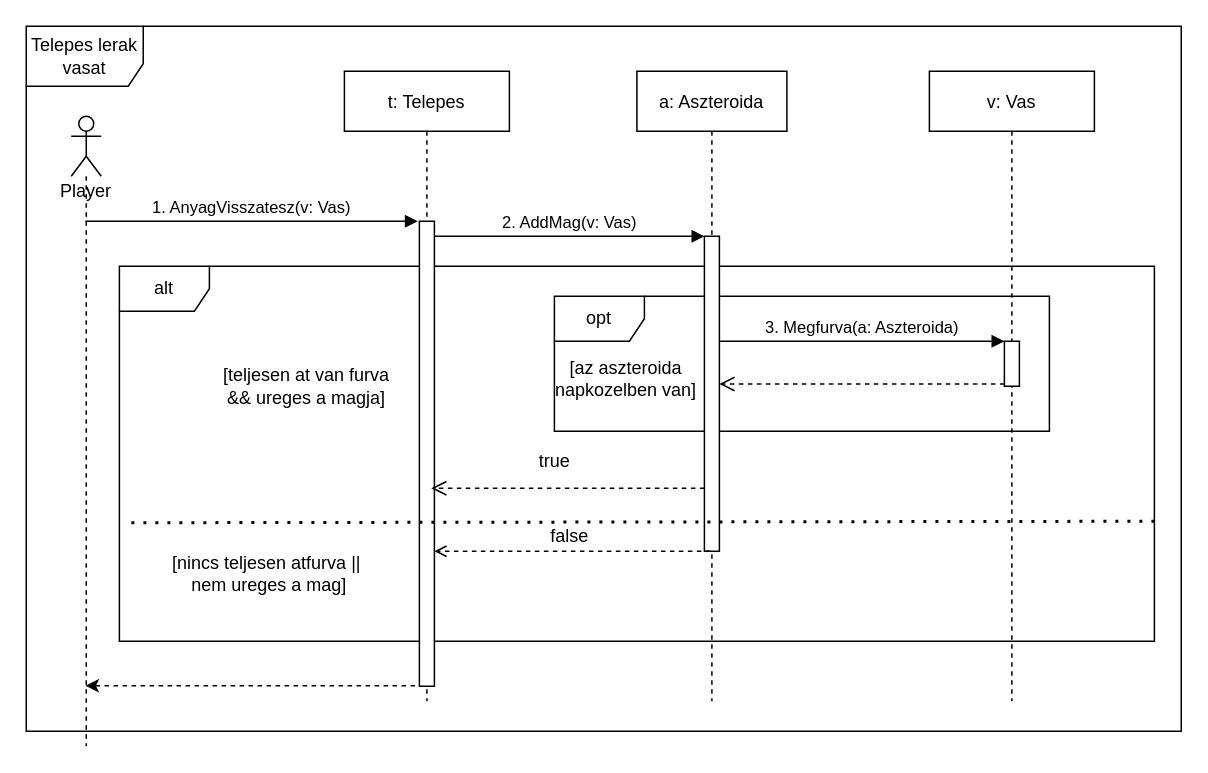
This is doc/szekvencia/szek_VasLerak.drawio from torpeBoiGo/aszteroidabanyaszat, a draw.io file, before an edit. Source tidied: cells renumbered, new cells numbered last; positions are measured from the earlier drawing's top-left corner, leaving out a move shared by most shapes. Both pictures are drawn from the tidied source at 150%, with x=0, y=0 at pixel (26, 26).
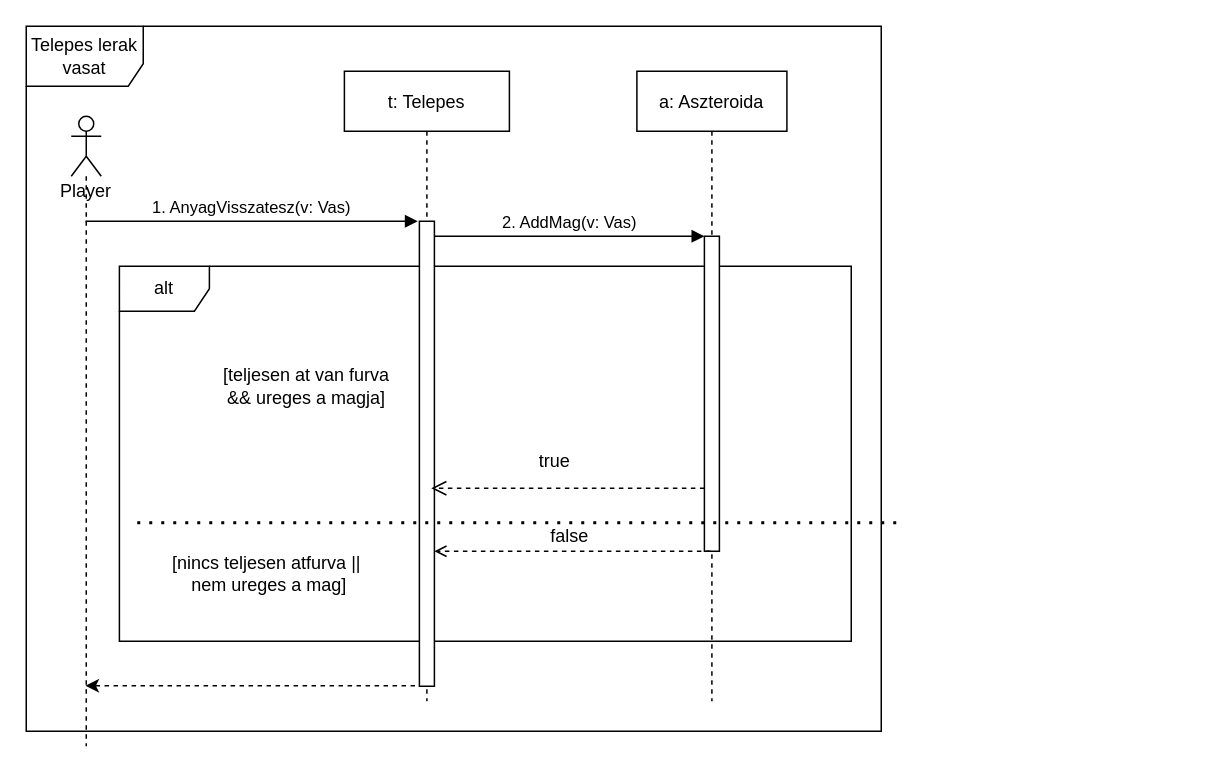
The same diagram, later.

Commit message:
nincs megfurva

Change to the diagram source:
```diff
@@
+    <mxCell id="4" value="alt" style="shape=umlFrame;whiteSpace=wrap;html=1;" parent="1" vertex="1">
+      <mxGeometry x="62.1" y="160" width="487.9" height="250" as="geometry" />
+    </mxCell>
     <mxCell id="2" value="Telepes lerak vasat" style="shape=umlFrame;whiteSpace=wrap;html=1;width=78;height=40;" parent="1" vertex="1">
-      <mxGeometry width="770" height="470" as="geometry" />
+      <mxGeometry width="570" height="470" as="geometry" />
     </mxCell>
-    <mxCell id="3" value="opt" style="shape=umlFrame;whiteSpace=wrap;html=1;" parent="1" vertex="1">
-      <mxGeometry x="352.1" y="180" width="330" height="90" as="geometry" />
-    </mxCell>
-    <mxCell id="4" value="alt" style="shape=umlFrame;whiteSpace=wrap;html=1;" parent="1" vertex="1">
-      <mxGeometry x="62.1" y="160" width="690" height="250" as="geometry" />
-    </mxCell>
-    <mxCell id="5" value="v: Vas" style="shape=umlLifeline;perimeter=lifelinePerimeter;rounded=0;shadow=0;strokeWidth=1;" parent="1" vertex="1">
-      <mxGeometry x="602.1" y="30" width="110" height="420" as="geometry" />
-    </mxCell>
@@
-    <mxCell id="14" value="[az aszteroida napkozelben van]" style="text;html=1;strokeColor=none;fillColor=none;align=center;verticalAlign=middle;whiteSpace=wrap;rounded=0;" parent="1" vertex="1">
-      <mxGeometry x="350" y="225" width="100" height="20" as="geometry" />
-    </mxCell>
-    <mxCell id="15" style="html=1;points=[];perimeter=orthogonalPerimeter;" parent="1" vertex="1">
-      <mxGeometry x="652.1" y="210" width="10" height="30" as="geometry" />
-    </mxCell>
-    <mxCell id="16" value="3. Megfurva(a: Aszteroida)" style="html=1;verticalAlign=bottom;endArrow=block;entryX=0;entryY=0;" parent="1" edge="1" target="15">
-      <mxGeometry relative="1" as="geometry">
-        <mxPoint x="462.1" y="210" as="sourcePoint" />
-      </mxGeometry>
-    </mxCell>
-    <mxCell id="17" style="html=1;verticalAlign=bottom;endArrow=open;dashed=1;endSize=8;exitX=0;exitY=0.95;" parent="1" edge="1" source="15">
-      <mxGeometry relative="1" as="geometry">
-        <mxPoint x="462.1" y="238.5" as="targetPoint" />
-      </mxGeometry>
-    </mxCell>
@@
     <mxCell id="22" style="endArrow=none;dashed=1;html=1;dashPattern=1 3;strokeWidth=2;" parent="1" edge="1">
       <mxGeometry relative="1" as="geometry">
-        <mxPoint x="752.1" y="330" as="sourcePoint" />
+        <mxPoint x="580" y="331" as="sourcePoint" />
         <mxPoint x="70" y="331" as="targetPoint" />
       </mxGeometry>
     </mxCell>
```
